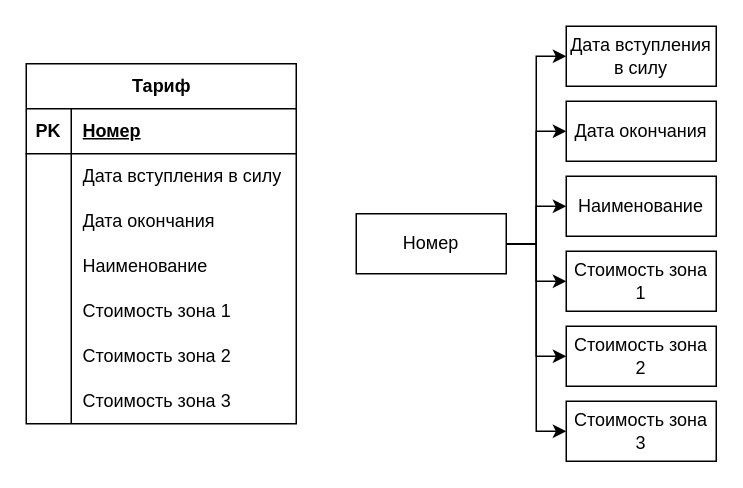
The draw.io diagram PBD/Z5/Диаграммы/Тариф.drawio in Mutabona/4Semestr, before the edit. Source tidied: cells renumbered, new cells numbered last; positions are measured from the earlier drawing's top-left corner, leaving out a move shared by most shapes. Both pictures are drawn from the tidied source at 150%, with x=0, y=0 at pixel (26, 26).
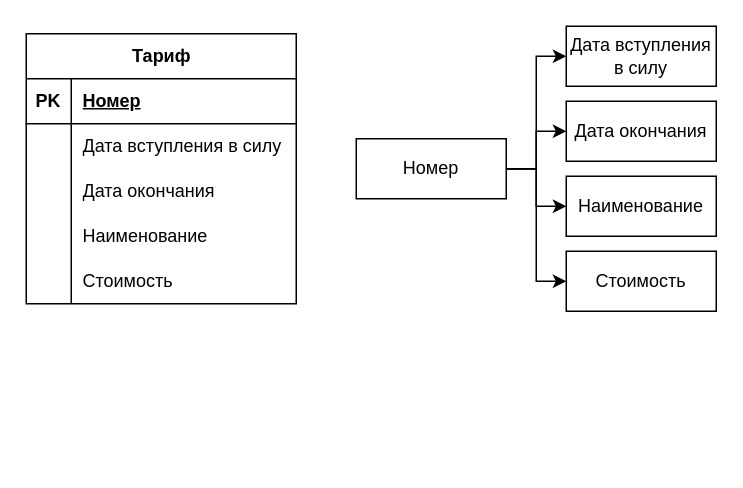
After the change.

Unchanged cells that the change refers to:
```xml
<mxCell id="15" style="shape=tableRow;horizontal=0;startSize=0;swimlaneHead=0;swimlaneBody=0;fillColor=none;top=0;left=0;right=0;bottom=0;" parent="2" vertex="1">
  <mxGeometry y="150" width="180" height="30" as="geometry" />
</mxCell>
```

The edit, as a diff of the source:
```diff
@@
     <mxCell id="2" value="Тариф" style="shape=table;startSize=30;childLayout=tableLayout;rowLines=0;fontStyle=1;align=center;html=1;" parent="1" vertex="1">
-      <mxGeometry y="25" width="180" height="240" as="geometry" />
+      <mxGeometry y="5" width="180" height="180" as="geometry" />
     </mxCell>
@@
-    <mxCell id="17" value="Стоимость зона 1" style="shape=partialRectangle;fillColor=none;top=0;left=0;bottom=0;right=0;align=left;spacingLeft=6;overflow=hidden;whiteSpace=wrap;html=1;" parent="15" vertex="1">
+    <mxCell id="17" value="Стоимость" style="shape=partialRectangle;fillColor=none;top=0;left=0;bottom=0;right=0;align=left;spacingLeft=6;overflow=hidden;whiteSpace=wrap;html=1;" parent="15" vertex="1">
       <mxGeometry x="30" width="150" height="30" as="geometry" />
     </mxCell>
-    <mxCell id="18" style="shape=tableRow;horizontal=0;startSize=0;swimlaneHead=0;swimlaneBody=0;fillColor=none;top=0;left=0;right=0;bottom=0;" parent="2" vertex="1">
-      <mxGeometry y="180" width="180" height="30" as="geometry" />
-    </mxCell>
-    <mxCell id="19" style="shape=partialRectangle;fillColor=none;top=0;left=0;bottom=0;right=0;overflow=hidden;whiteSpace=wrap;html=1;" parent="18" vertex="1">
-      <mxGeometry width="30" height="30" as="geometry" />
-    </mxCell>
-    <mxCell id="20" value="Стоимость зона 2" style="shape=partialRectangle;fillColor=none;top=0;left=0;bottom=0;right=0;align=left;spacingLeft=6;overflow=hidden;whiteSpace=wrap;html=1;" parent="18" vertex="1">
-      <mxGeometry x="30" width="150" height="30" as="geometry" />
-    </mxCell>
-    <mxCell id="21" style="shape=tableRow;horizontal=0;startSize=0;swimlaneHead=0;swimlaneBody=0;fillColor=none;top=0;left=0;right=0;bottom=0;" parent="2" vertex="1">
-      <mxGeometry y="210" width="180" height="30" as="geometry" />
-    </mxCell>
-    <mxCell id="22" style="shape=partialRectangle;fillColor=none;top=0;left=0;bottom=0;right=0;overflow=hidden;whiteSpace=wrap;html=1;" parent="21" vertex="1">
-      <mxGeometry width="30" height="30" as="geometry" />
-    </mxCell>
-    <mxCell id="23" value="Стоимость зона 3" style="shape=partialRectangle;fillColor=none;top=0;left=0;bottom=0;right=0;align=left;spacingLeft=6;overflow=hidden;whiteSpace=wrap;html=1;" parent="21" vertex="1">
-      <mxGeometry x="30" width="150" height="30" as="geometry" />
-    </mxCell>
@@
-    <mxCell id="28" style="edgeStyle=orthogonalEdgeStyle;rounded=0;jettySize=auto;html=1;entryX=0;entryY=0.5;entryDx=0;entryDy=0;" parent="1" edge="1" source="30" target="35">
-      <mxGeometry relative="1" as="geometry" />
-    </mxCell>
-    <mxCell id="29" style="edgeStyle=orthogonalEdgeStyle;rounded=0;jettySize=auto;html=1;entryX=0;entryY=0.5;entryDx=0;entryDy=0;" parent="1" edge="1" source="30" target="36">
-      <mxGeometry relative="1" as="geometry" />
-    </mxCell>
     <mxCell id="30" value="Номер" style="whiteSpace=wrap;html=1;align=center;" parent="1" vertex="1">
-      <mxGeometry x="220" y="125" width="100" height="40" as="geometry" />
+      <mxGeometry x="220" y="75" width="100" height="40" as="geometry" />
     </mxCell>
@@
-    <mxCell id="34" value="Стоимость зона 1" style="whiteSpace=wrap;html=1;align=center;" parent="1" vertex="1">
+    <mxCell id="34" value="Стоимость" style="whiteSpace=wrap;html=1;align=center;" parent="1" vertex="1">
       <mxGeometry x="360" y="150" width="100" height="40" as="geometry" />
     </mxCell>
-    <mxCell id="35" value="Стоимость зона 2" style="whiteSpace=wrap;html=1;align=center;" parent="1" vertex="1">
-      <mxGeometry x="360" y="200" width="100" height="40" as="geometry" />
-    </mxCell>
-    <mxCell id="36" value="Стоимость зона 3" style="whiteSpace=wrap;html=1;align=center;" parent="1" vertex="1">
-      <mxGeometry x="360" y="250" width="100" height="40" as="geometry" />
-    </mxCell>
```
